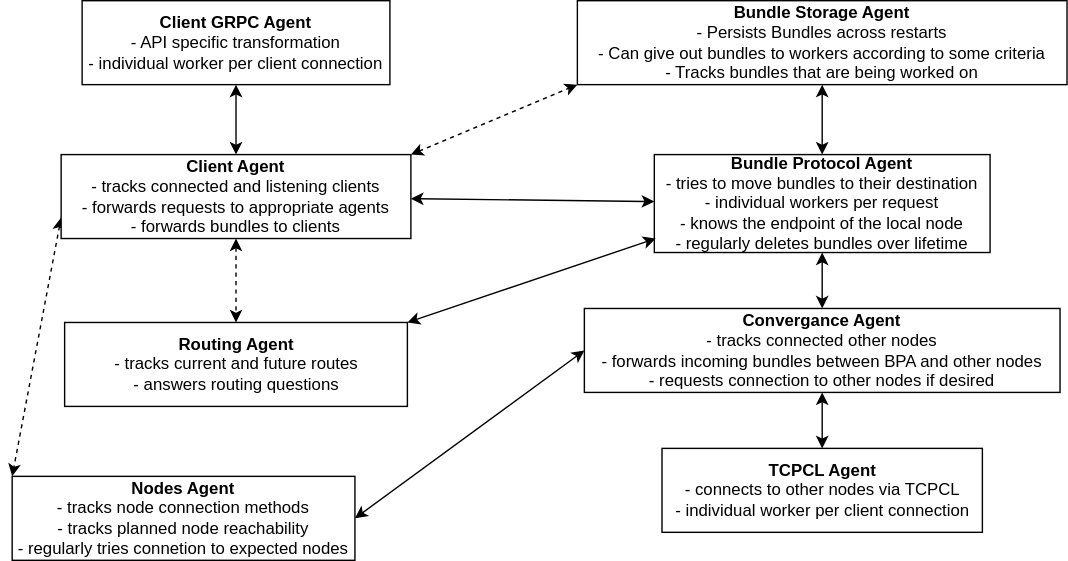
Above: docs/img/agents.drawio.svg in huettner94/dtn (draw.io), before the change. Source tidied: cells renumbered, new cells last; positions are measured from the earlier drawing's top-left corner, leaving out a move shared by most shapes.
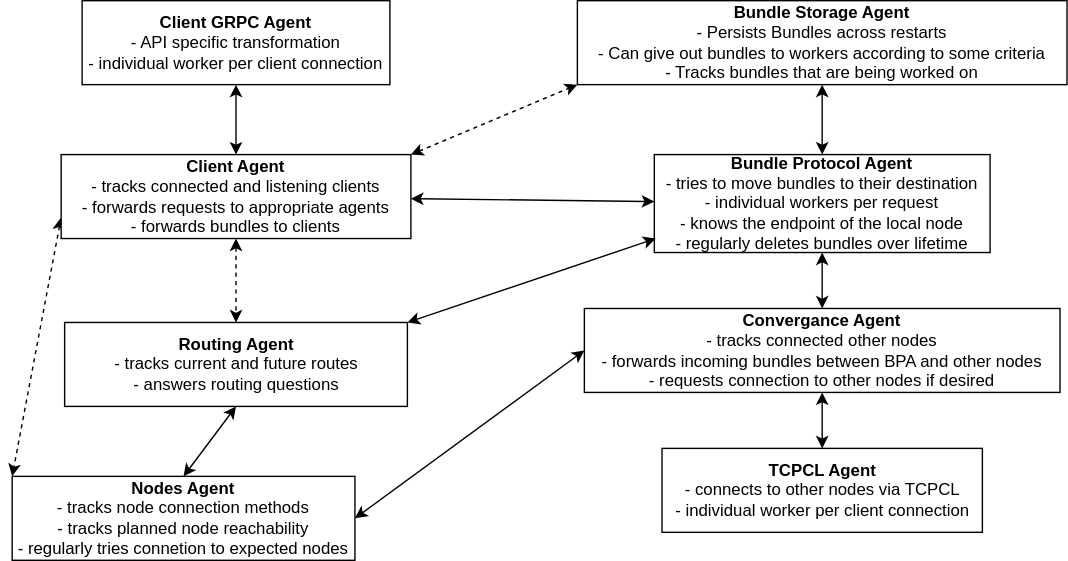
The same diagram one commit later.

What changed in the source:
```diff
@@ -49,6 +49,9 @@
         <mxPoint x="460" y="170" as="targetPoint" />
       </mxGeometry>
     </mxCell>
+    <mxCell id="20" style="edgeStyle=none;rounded=0;jettySize=auto;html=1;exitX=0.5;exitY=1;exitDx=0;exitDy=0;entryX=0.5;entryY=0;entryDx=0;entryDy=0;startArrow=classic;startFill=1;" parent="1" edge="1" source="17" target="19">
+      <mxGeometry relative="1" as="geometry" />
+    </mxCell>
     <mxCell id="17" value="&lt;b&gt;Routing Agent&lt;/b&gt;&lt;br&gt;- tracks current and future routes&lt;br&gt;- answers routing questions" style="rounded=0;whiteSpace=wrap;html=1;" parent="1" vertex="1">
       <mxGeometry x="37.5" y="230" width="245" height="60" as="geometry" />
     </mxCell>
```
